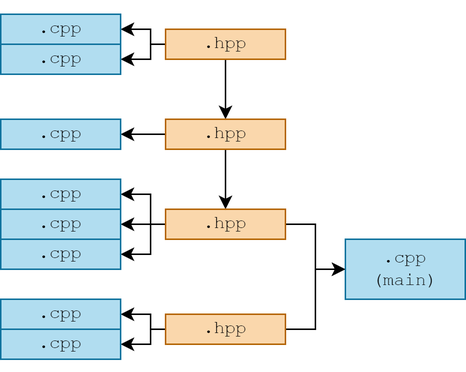
This is images/generalized_parts/07_separate_compilation.drawio.png from cppHusky/cppHusky-cpp-Tutorial, a draw.io export, as it was before one commit. Source tidied: cells renumbered, new cells last; positions are measured from the earlier drawing's top-left corner, leaving out a move shared by most shapes. Its diagram source:
```xml
<mxGraphModel>
  <root>
    <mxCell id="0" />
    <mxCell id="1" parent="0" />
    <mxCell id="2" style="edgeStyle=orthogonalEdgeStyle;rounded=0;jettySize=auto;html=1;" parent="1" edge="1" source="5" target="14">
      <mxGeometry relative="1" as="geometry">
        <Array as="points">
          <mxPoint x="100" y="20" />
          <mxPoint x="100" y="10" />
        </Array>
      </mxGeometry>
    </mxCell>
    <mxCell id="3" style="edgeStyle=orthogonalEdgeStyle;rounded=0;jettySize=auto;html=1;" parent="1" edge="1" source="5" target="8">
      <mxGeometry relative="1" as="geometry" />
    </mxCell>
    <mxCell id="4" style="edgeStyle=orthogonalEdgeStyle;rounded=0;jettySize=auto;html=1;" parent="1" edge="1" source="5" target="18">
      <mxGeometry relative="1" as="geometry">
        <Array as="points">
          <mxPoint x="100" y="20" />
          <mxPoint x="100" y="30" />
        </Array>
      </mxGeometry>
    </mxCell>
    <mxCell id="5" value="&lt;pre&gt;.hpp&lt;/pre&gt;" style="rounded=0;whiteSpace=wrap;html=1;fillColor=#fad7ac;strokeColor=#b46504;" parent="1" vertex="1">
      <mxGeometry x="110" y="10" width="80" height="20" as="geometry" />
    </mxCell>
    <mxCell id="6" style="edgeStyle=orthogonalEdgeStyle;rounded=0;jettySize=auto;html=1;" parent="1" edge="1" source="8" target="15">
      <mxGeometry relative="1" as="geometry" />
    </mxCell>
    <mxCell id="7" style="edgeStyle=orthogonalEdgeStyle;rounded=0;jettySize=auto;html=1;" parent="1" edge="1" source="8" target="13">
      <mxGeometry relative="1" as="geometry" />
    </mxCell>
    <mxCell id="8" value="&lt;pre&gt;.hpp&lt;/pre&gt;" style="rounded=0;whiteSpace=wrap;html=1;fillColor=#fad7ac;strokeColor=#b46504;" parent="1" vertex="1">
      <mxGeometry x="110" y="70" width="80" height="20" as="geometry" />
    </mxCell>
    <mxCell id="9" style="edgeStyle=orthogonalEdgeStyle;rounded=0;jettySize=auto;html=1;" parent="1" edge="1" source="13" target="16">
      <mxGeometry relative="1" as="geometry">
        <Array as="points">
          <mxPoint x="100" y="140" />
          <mxPoint x="100" y="120" />
        </Array>
      </mxGeometry>
    </mxCell>
    <mxCell id="10" style="edgeStyle=orthogonalEdgeStyle;rounded=0;jettySize=auto;html=1;" parent="1" edge="1" source="13" target="17">
      <mxGeometry relative="1" as="geometry">
        <Array as="points">
          <mxPoint x="210" y="140" />
          <mxPoint x="210" y="170" />
        </Array>
      </mxGeometry>
    </mxCell>
    <mxCell id="11" style="edgeStyle=orthogonalEdgeStyle;rounded=0;jettySize=auto;html=1;" parent="1" edge="1" source="13" target="19">
      <mxGeometry relative="1" as="geometry" />
    </mxCell>
    <mxCell id="12" style="edgeStyle=orthogonalEdgeStyle;rounded=0;jettySize=auto;html=1;" parent="1" edge="1" source="13" target="20">
      <mxGeometry relative="1" as="geometry">
        <Array as="points">
          <mxPoint x="100" y="140" />
          <mxPoint x="100" y="160" />
        </Array>
      </mxGeometry>
    </mxCell>
    <mxCell id="13" value="&lt;pre&gt;.hpp&lt;/pre&gt;" style="rounded=0;whiteSpace=wrap;html=1;fillColor=#fad7ac;strokeColor=#b46504;" parent="1" vertex="1">
      <mxGeometry x="110" y="130" width="80" height="20" as="geometry" />
    </mxCell>
    <mxCell id="14" value="&lt;pre&gt;.cpp&lt;/pre&gt;" style="rounded=0;whiteSpace=wrap;html=1;fillColor=#b1ddf0;strokeColor=#10739e;" parent="1" vertex="1">
      <mxGeometry width="80" height="20" as="geometry" />
    </mxCell>
    <mxCell id="15" value="&lt;pre&gt;.cpp&lt;/pre&gt;" style="rounded=0;whiteSpace=wrap;html=1;fillColor=#b1ddf0;strokeColor=#10739e;" parent="1" vertex="1">
      <mxGeometry y="70" width="80" height="20" as="geometry" />
    </mxCell>
    <mxCell id="16" value="&lt;pre&gt;.cpp&lt;/pre&gt;" style="rounded=0;whiteSpace=wrap;html=1;fillColor=#b1ddf0;strokeColor=#10739e;" parent="1" vertex="1">
      <mxGeometry y="110" width="80" height="20" as="geometry" />
    </mxCell>
    <mxCell id="17" value="&lt;pre&gt;.cpp&lt;br/&gt;(main)&lt;/pre&gt;" style="rounded=0;whiteSpace=wrap;html=1;fillColor=#b1ddf0;strokeColor=#10739e;" parent="1" vertex="1">
      <mxGeometry x="230" y="150" width="80" height="40" as="geometry" />
    </mxCell>
    <mxCell id="18" value="&lt;pre&gt;.cpp&lt;/pre&gt;" style="rounded=0;whiteSpace=wrap;html=1;fillColor=#b1ddf0;strokeColor=#10739e;" parent="1" vertex="1">
      <mxGeometry y="20" width="80" height="20" as="geometry" />
    </mxCell>
    <mxCell id="19" value="&lt;pre&gt;.cpp&lt;/pre&gt;" style="rounded=0;whiteSpace=wrap;html=1;fillColor=#b1ddf0;strokeColor=#10739e;" parent="1" vertex="1">
      <mxGeometry y="130" width="80" height="20" as="geometry" />
    </mxCell>
    <mxCell id="20" value="&lt;pre&gt;.cpp&lt;/pre&gt;" style="rounded=0;whiteSpace=wrap;html=1;fillColor=#b1ddf0;strokeColor=#10739e;" parent="1" vertex="1">
      <mxGeometry y="150" width="80" height="20" as="geometry" />
    </mxCell>
    <mxCell id="21" style="edgeStyle=orthogonalEdgeStyle;rounded=0;jettySize=auto;html=1;" parent="1" edge="1" source="24" target="17">
      <mxGeometry relative="1" as="geometry">
        <Array as="points">
          <mxPoint x="210" y="210" />
          <mxPoint x="210" y="170" />
        </Array>
      </mxGeometry>
    </mxCell>
    <mxCell id="22" style="edgeStyle=orthogonalEdgeStyle;rounded=0;jettySize=auto;html=1;" parent="1" edge="1" source="24" target="25">
      <mxGeometry relative="1" as="geometry">
        <Array as="points">
          <mxPoint x="100" y="210" />
          <mxPoint x="100" y="200" />
        </Array>
      </mxGeometry>
    </mxCell>
    <mxCell id="23" style="edgeStyle=orthogonalEdgeStyle;rounded=0;jettySize=auto;html=1;" parent="1" edge="1" source="24" target="26">
      <mxGeometry relative="1" as="geometry">
        <Array as="points">
          <mxPoint x="100" y="210" />
          <mxPoint x="100" y="220" />
        </Array>
      </mxGeometry>
    </mxCell>
    <mxCell id="24" value="&lt;pre&gt;.hpp&lt;/pre&gt;" style="rounded=0;whiteSpace=wrap;html=1;fillColor=#fad7ac;strokeColor=#b46504;" parent="1" vertex="1">
      <mxGeometry x="110" y="200" width="80" height="20" as="geometry" />
    </mxCell>
    <mxCell id="25" value="&lt;pre&gt;.cpp&lt;/pre&gt;" style="rounded=0;whiteSpace=wrap;html=1;fillColor=#b1ddf0;strokeColor=#10739e;" parent="1" vertex="1">
      <mxGeometry y="190" width="80" height="20" as="geometry" />
    </mxCell>
    <mxCell id="26" value="&lt;pre&gt;.cpp&lt;/pre&gt;" style="rounded=0;whiteSpace=wrap;html=1;fillColor=#b1ddf0;strokeColor=#10739e;" parent="1" vertex="1">
      <mxGeometry y="210" width="80" height="20" as="geometry" />
    </mxCell>
  </root>
</mxGraphModel>
```
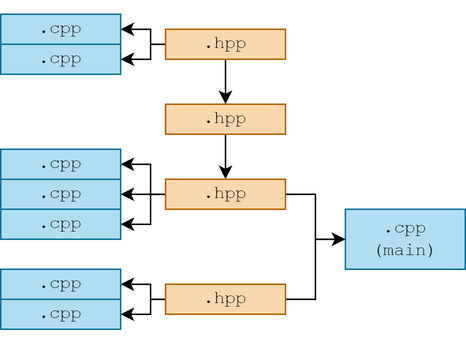
Above is the later version.

What changed in the source:
```diff
@@ -1,12 +1,12 @@
-<mxGraphModel>
+<mxGraphModel background="#ffffff">
   <root>
     <mxCell id="0" />
     <mxCell id="1" parent="0" />
     <mxCell id="2" style="edgeStyle=orthogonalEdgeStyle;rounded=0;jettySize=auto;html=1;" parent="1" edge="1" source="5" target="14">
       <mxGeometry relative="1" as="geometry">
         <Array as="points">
-          <mxPoint x="100" y="20" />
-          <mxPoint x="100" y="10" />
+          <mxPoint x="100" y="40" />
+          <mxPoint x="100" y="30" />
         </Array>
       </mxGeometry>
     </mxCell>
@@ -16,22 +16,19 @@
     <mxCell id="4" style="edgeStyle=orthogonalEdgeStyle;rounded=0;jettySize=auto;html=1;" parent="1" edge="1" source="5" target="18">
       <mxGeometry relative="1" as="geometry">
         <Array as="points">
-          <mxPoint x="100" y="20" />
-          <mxPoint x="100" y="30" />
+          <mxPoint x="100" y="40" />
+          <mxPoint x="100" y="50" />
         </Array>
       </mxGeometry>
     </mxCell>
     <mxCell id="5" value="&lt;pre&gt;.hpp&lt;/pre&gt;" style="rounded=0;whiteSpace=wrap;html=1;fillColor=#fad7ac;strokeColor=#b46504;" parent="1" vertex="1">
-      <mxGeometry x="110" y="10" width="80" height="20" as="geometry" />
+      <mxGeometry x="110" y="30" width="80" height="20" as="geometry" />
     </mxCell>
-    <mxCell id="6" style="edgeStyle=orthogonalEdgeStyle;rounded=0;jettySize=auto;html=1;" parent="1" edge="1" source="8" target="15">
-      <mxGeometry relative="1" as="geometry" />
-    </mxCell>
     <mxCell id="7" style="edgeStyle=orthogonalEdgeStyle;rounded=0;jettySize=auto;html=1;" parent="1" edge="1" source="8" target="13">
       <mxGeometry relative="1" as="geometry" />
     </mxCell>
     <mxCell id="8" value="&lt;pre&gt;.hpp&lt;/pre&gt;" style="rounded=0;whiteSpace=wrap;html=1;fillColor=#fad7ac;strokeColor=#b46504;" parent="1" vertex="1">
-      <mxGeometry x="110" y="70" width="80" height="20" as="geometry" />
+      <mxGeometry x="110" y="80" width="80" height="20" as="geometry" />
     </mxCell>
     <mxCell id="9" style="edgeStyle=orthogonalEdgeStyle;rounded=0;jettySize=auto;html=1;" parent="1" edge="1" source="13" target="16">
       <mxGeometry relative="1" as="geometry">
@@ -64,11 +61,8 @@
       <mxGeometry x="110" y="130" width="80" height="20" as="geometry" />
     </mxCell>
     <mxCell id="14" value="&lt;pre&gt;.cpp&lt;/pre&gt;" style="rounded=0;whiteSpace=wrap;html=1;fillColor=#b1ddf0;strokeColor=#10739e;" parent="1" vertex="1">
-      <mxGeometry width="80" height="20" as="geometry" />
+      <mxGeometry y="20" width="80" height="20" as="geometry" />
     </mxCell>
-    <mxCell id="15" value="&lt;pre&gt;.cpp&lt;/pre&gt;" style="rounded=0;whiteSpace=wrap;html=1;fillColor=#b1ddf0;strokeColor=#10739e;" parent="1" vertex="1">
-      <mxGeometry y="70" width="80" height="20" as="geometry" />
-    </mxCell>
     <mxCell id="16" value="&lt;pre&gt;.cpp&lt;/pre&gt;" style="rounded=0;whiteSpace=wrap;html=1;fillColor=#b1ddf0;strokeColor=#10739e;" parent="1" vertex="1">
       <mxGeometry y="110" width="80" height="20" as="geometry" />
     </mxCell>
@@ -76,7 +70,7 @@
       <mxGeometry x="230" y="150" width="80" height="40" as="geometry" />
     </mxCell>
     <mxCell id="18" value="&lt;pre&gt;.cpp&lt;/pre&gt;" style="rounded=0;whiteSpace=wrap;html=1;fillColor=#b1ddf0;strokeColor=#10739e;" parent="1" vertex="1">
-      <mxGeometry y="20" width="80" height="20" as="geometry" />
+      <mxGeometry y="40" width="80" height="20" as="geometry" />
     </mxCell>
     <mxCell id="19" value="&lt;pre&gt;.cpp&lt;/pre&gt;" style="rounded=0;whiteSpace=wrap;html=1;fillColor=#b1ddf0;strokeColor=#10739e;" parent="1" vertex="1">
       <mxGeometry y="130" width="80" height="20" as="geometry" />
```
